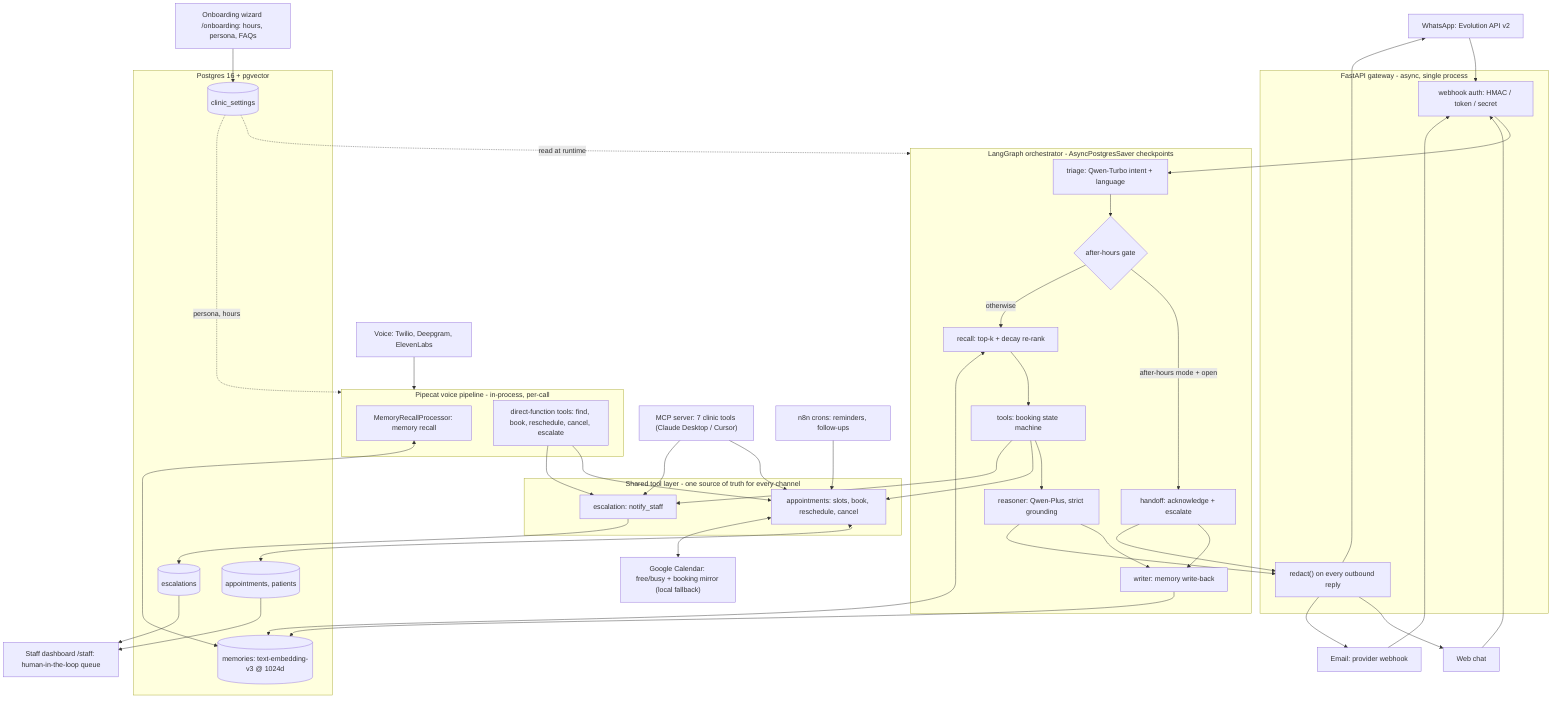
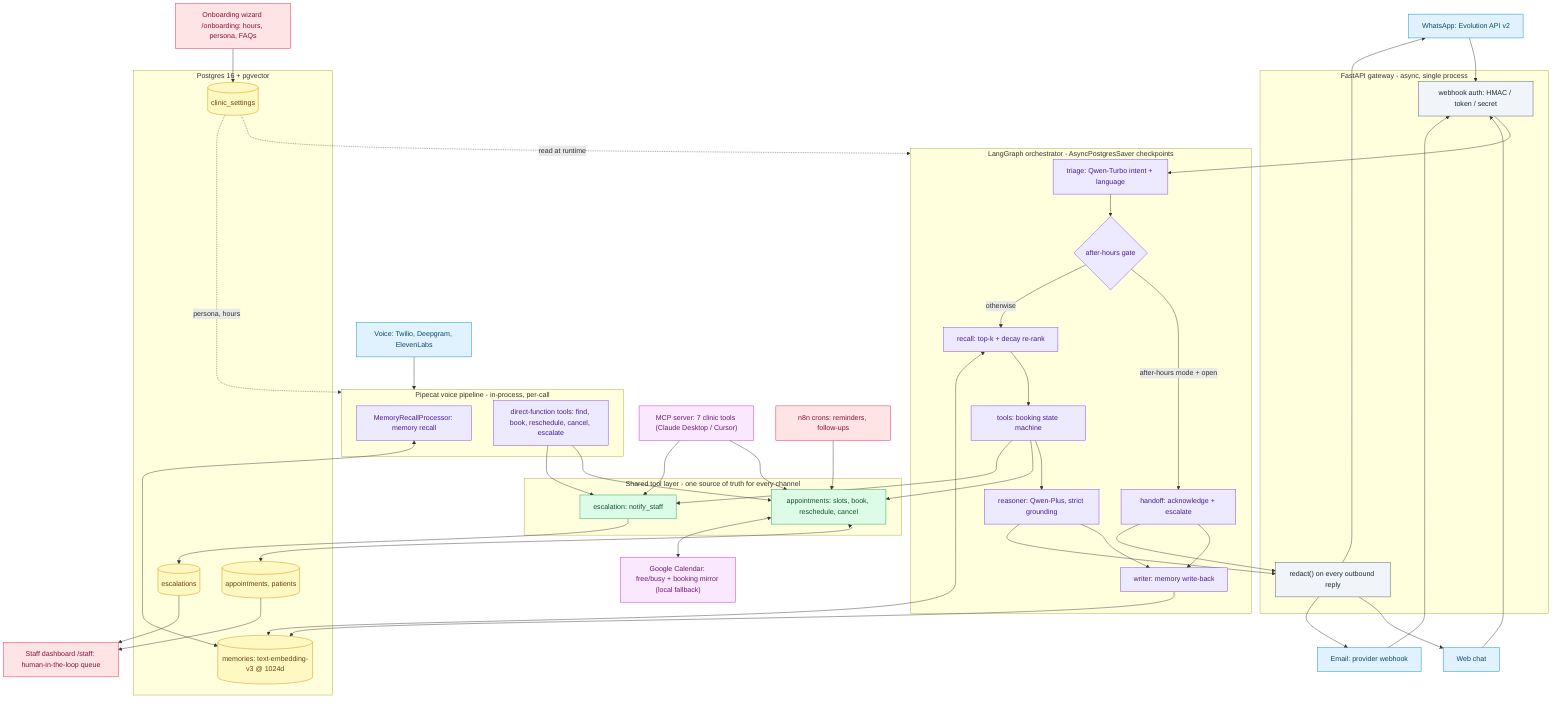
flowchart TB
    VOICE["Voice: Twilio, Deepgram, ElevenLabs"]
    WA["WhatsApp: Evolution API v2"]
    WEB["Web chat"]
    EMAIL["Email: provider webhook"]

    subgraph GW["FastAPI gateway - async, single process"]
        AUTH["webhook auth: HMAC / token / secret"]
        REDACT["redact() on every outbound reply"]
    end

    subgraph LG["LangGraph orchestrator - AsyncPostgresSaver checkpoints"]
        TRIAGE["triage: Qwen-Turbo intent + language"]
        GATE{"after-hours gate"}
        HANDOFF["handoff: acknowledge + escalate"]
        RECALL["recall: top-k + decay re-rank"]
        TOOLS["tools: booking state machine"]
        REASONER["reasoner: Qwen-Plus, strict grounding"]
        WRITER["writer: memory write-back"]
        TRIAGE --> GATE
        GATE -->|after-hours mode + open| HANDOFF
        GATE -->|otherwise| RECALL
        RECALL --> TOOLS --> REASONER --> WRITER
        HANDOFF --> WRITER
    end

    subgraph VOICEW["Pipecat voice pipeline - in-process, per-call"]
        LLMNODE["MemoryRecallProcessor: memory recall"]
        FTOOLS["direct-function tools: find, book, reschedule, cancel, escalate"]
    end

    MCP["MCP server: 7 clinic tools (Claude Desktop / Cursor)"]

    subgraph TOOLLAYER["Shared tool layer - one source of truth for every channel"]
        APPTS["appointments: slots, book, reschedule, cancel"]
        ESC["escalation: notify_staff"]
    end

    CAL["Google Calendar: free/busy + booking mirror (local fallback)"]

    subgraph DB["Postgres 16 + pgvector"]
        MEM[("memories: text-embedding-v3 @ 1024d")]
        APPT[("appointments, patients")]
        ESCT[("escalations")]
        CFG[("clinic_settings")]
    end

    STAFF["Staff dashboard /staff: human-in-the-loop queue"]
    ONB["Onboarding wizard /onboarding: hours, persona, FAQs"]
    N8N["n8n crons: reminders, follow-ups"]

    WA --> AUTH
    WEB --> AUTH
    EMAIL --> AUTH
    VOICE --> VOICEW
    AUTH --> TRIAGE
    REASONER --> REDACT
    HANDOFF --> REDACT
    REDACT --> WA
    REDACT --> WEB
    REDACT --> EMAIL

    TOOLS --> APPTS
    TOOLS --> ESC
    FTOOLS --> APPTS
    FTOOLS --> ESC
    MCP --> APPTS
    MCP --> ESC

    RECALL <--> MEM
    WRITER --> MEM
    LLMNODE <--> MEM

    APPTS <--> APPT
    APPTS <--> CAL
    ESC --> ESCT

    ESCT --> STAFF
    APPT --> STAFF
    ONB --> CFG
    CFG -.->|read at runtime| LG
    CFG -.->|persona, hours| VOICEW
    N8N --> APPTS
+ 
+     classDef channel fill:#e0f2fe,stroke:#0284c7,color:#0c4a6e;
+     classDef gateway fill:#f1f5f9,stroke:#475569,color:#1e293b;
+     classDef brain fill:#ede9fe,stroke:#7c3aed,color:#4c1d95;
+     classDef tools fill:#dcfce7,stroke:#16a34a,color:#14532d;
+     classDef data fill:#fef9c3,stroke:#ca8a04,color:#713f12;
+     classDef ops fill:#ffe4e6,stroke:#e11d48,color:#881337;
+     classDef ext fill:#fae8ff,stroke:#c026d3,color:#701a75;
+ 
+     class VOICE,WA,WEB,EMAIL channel;
+     class AUTH,REDACT gateway;
+     class TRIAGE,GATE,HANDOFF,RECALL,TOOLS,REASONER,WRITER,LLMNODE,FTOOLS brain;
+     class APPTS,ESC tools;
+     class MEM,APPT,ESCT,CFG data;
+     class STAFF,ONB,N8N ops;
+     class MCP,CAL ext;
